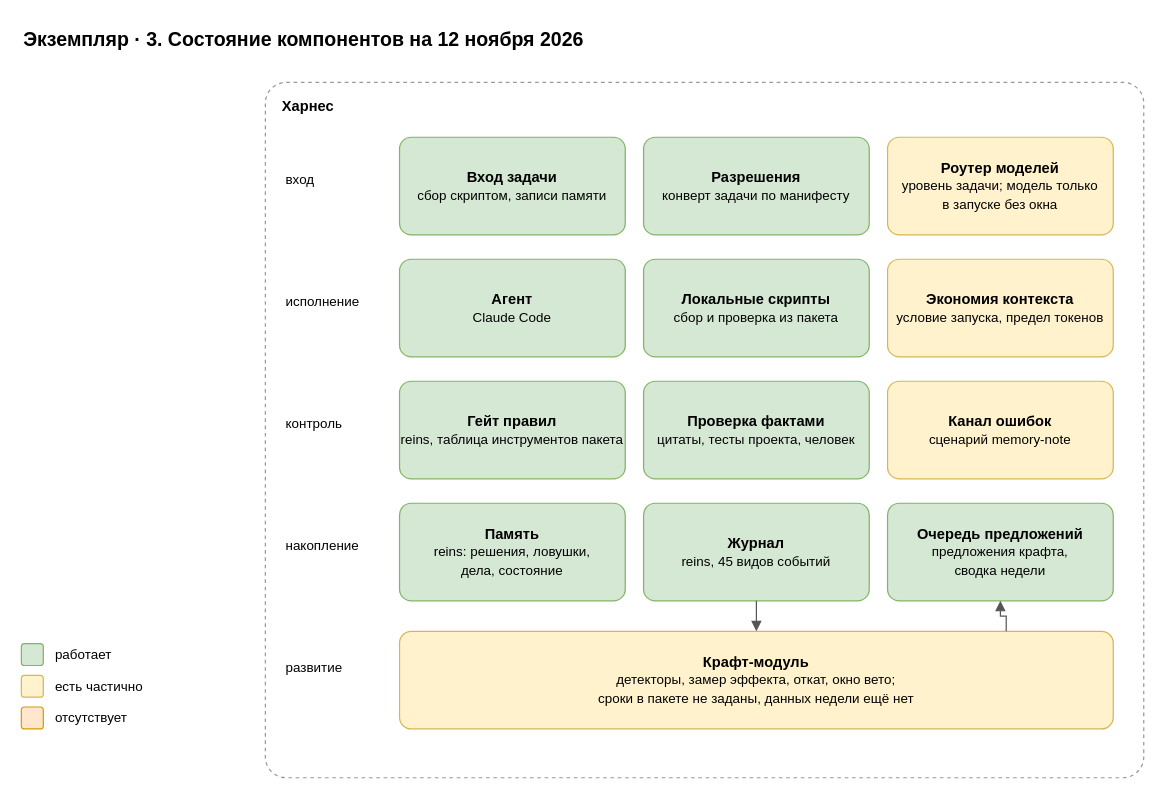
Earlier version of the draw.io diagram page "3. Состояние компонентов" (3 of 7) of docs/spec/harness-instance-capital-operator.drawio (roygkov/reins). Source tidied: cells renumbered, new cells numbered last; positions are measured from the earlier drawing's top-left corner, leaving out a move shared by most shapes. Both pictures are drawn from the tidied source at 122%, with x=0, y=0 at pixel (21, 21).
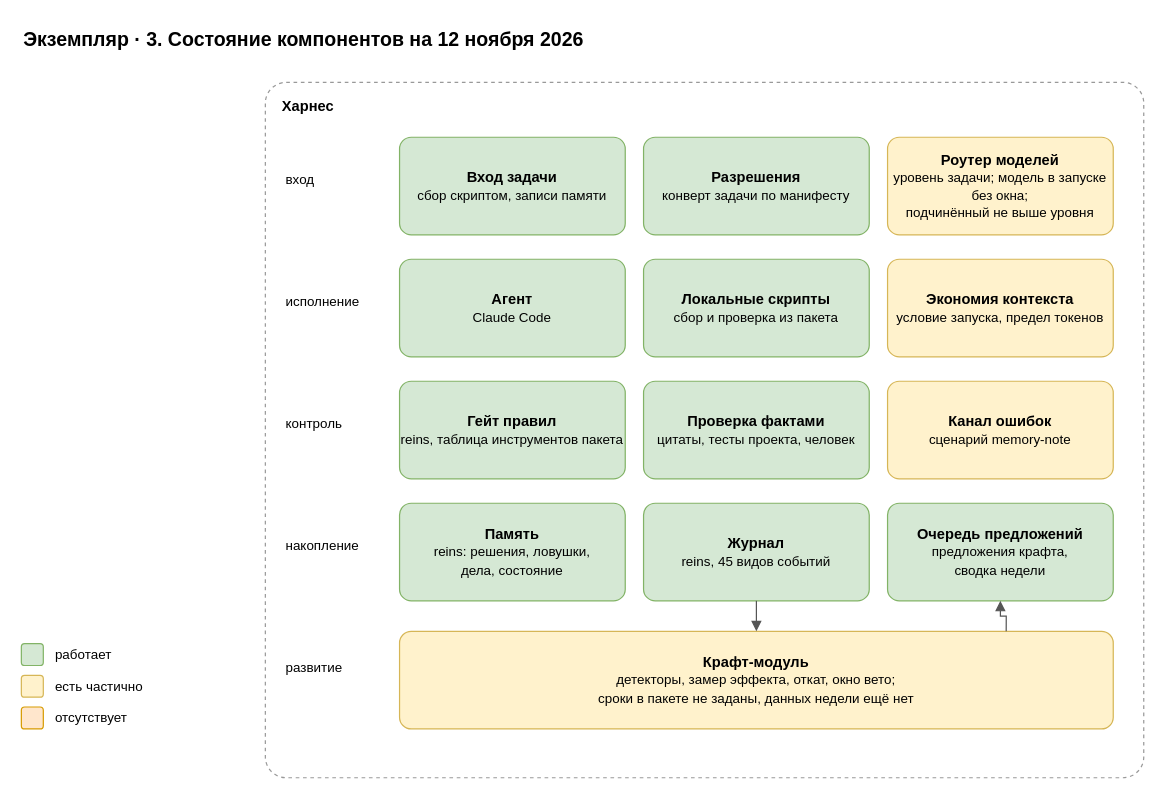
The same page after the edit.

Diff of the diagram source:
```diff
@@
-    <mxCell id="7" value="&lt;b&gt;Роутер моделей&lt;/b&gt;&lt;br&gt;&lt;font style=&quot;font-size:11px&quot;&gt;уровень задачи; модель только&lt;br&gt;в запуске без окна&lt;/font&gt;" style="rounded=1;whiteSpace=wrap;html=1;fillColor=#fff2cc;strokeColor=#d6b656;arcSize=12;" parent="1" vertex="1">
+    <mxCell id="7" value="&lt;b&gt;Роутер моделей&lt;/b&gt;&lt;br&gt;&lt;font style=&quot;font-size:11px&quot;&gt;уровень задачи; модель в запуске без окна;&lt;br&gt;подчинённый не выше уровня&lt;/font&gt;" style="rounded=1;whiteSpace=wrap;html=1;fillColor=#fff2cc;strokeColor=#d6b656;arcSize=12;" parent="1" vertex="1">
       <mxGeometry x="710" y="95" width="185" height="80" as="geometry" />
     </mxCell>
```
